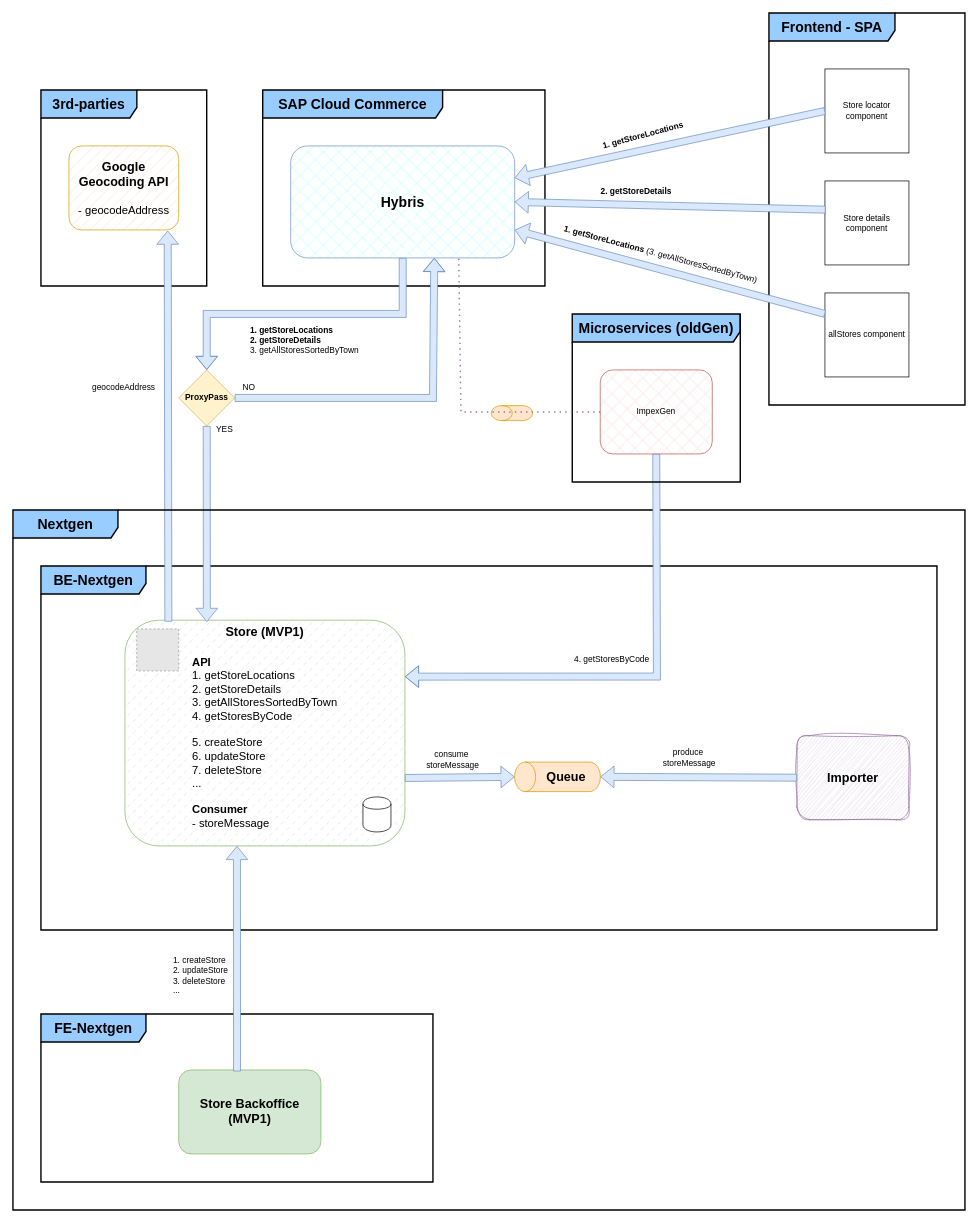
Earlier version of the draw.io diagram graphs/store-macroservice.drawio (d-figuccia/draw-io). Source tidied: cells renumbered, new cells numbered last; positions are measured from the earlier drawing's top-left corner, leaving out a move shared by most shapes. Both pictures are drawn from the tidied source at 70%, with x=0, y=0 at pixel (13, 13). Pictures stored in the file or linked from it are replaced by grey dashed boxes.
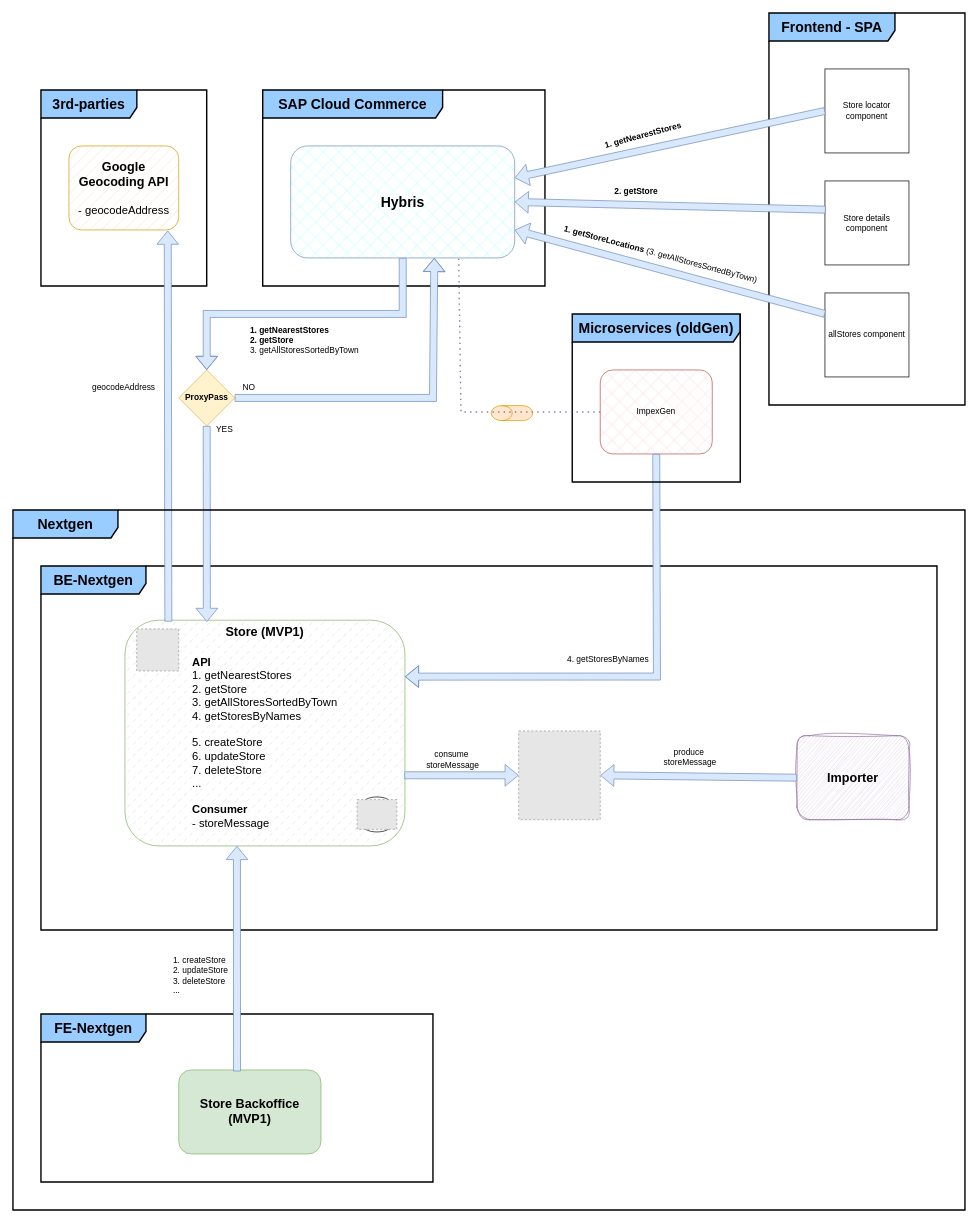
Above is the later version.

The change refers to these unchanged cells:
```xml
<mxCell id="2" value="&lt;span style=&quot;font-size: 18px; font-weight: 700; text-align: left;&quot;&gt;Importer&lt;/span&gt;" style="rounded=1;whiteSpace=wrap;html=1;sketch=1;curveFitting=1;jiggle=2;glass=0;shadow=0;fillColor=#e1d5e7;strokeColor=#9673a6;" parent="1" vertex="1">
  <mxGeometry x="1120" y="1032.5" width="160" height="120" as="geometry" />
</mxCell>
```

The edit, as a diff of the source:
```diff
@@
-    <mxCell id="3" value="&lt;div style=&quot;text-align: left;&quot;&gt;&lt;br&gt;&lt;/div&gt;" style="shape=cylinder3;whiteSpace=wrap;html=1;boundedLbl=1;backgroundOutline=1;size=15;rotation=-90;fillColor=#ffe6cc;fillStyle=solid;strokeColor=#d79b00;" parent="1" vertex="1">
-      <mxGeometry x="756.8" y="1030" width="42.2" height="122.5" as="geometry" />
-    </mxCell>
-    <mxCell id="4" value="&lt;span style=&quot;font-size: 18px; font-weight: 700; text-align: left; text-wrap: wrap;&quot;&gt;Queue&lt;/span&gt;" style="text;html=1;align=center;verticalAlign=middle;strokeColor=none;fillColor=none;" parent="1" vertex="1">
-      <mxGeometry x="750" y="1071.2" width="80" height="40" as="geometry" />
-    </mxCell>
-    <mxCell id="5" style="shape=flexArrow;endArrow=classic;html=1;rounded=0;exitX=0;exitY=0.5;exitDx=0;exitDy=0;entryX=0.5;entryY=1;entryDx=0;entryDy=0;entryPerimeter=0;fillColor=#dae8fc;strokeColor=#6c8ebf;" parent="1" edge="1" source="2" target="3">
+    <mxCell id="5" style="shape=flexArrow;endArrow=classic;html=1;rounded=0;exitX=0;exitY=0.5;exitDx=0;exitDy=0;fillColor=#dae8fc;strokeColor=#6c8ebf;entryX=1;entryY=0.5;entryDx=0;entryDy=0;" parent="1" edge="1" source="2" target="47">
       <mxGeometry relative="1" as="geometry" />
     </mxCell>
@@
-    <mxCell id="7" value="&lt;span style=&quot;font-size: 18px; font-weight: 700; text-align: left;&quot;&gt;Store (MVP1)&lt;/span&gt;&lt;div&gt;&lt;span style=&quot;font-size: 18px; font-weight: 700; text-align: left;&quot;&gt;&lt;br&gt;&lt;/span&gt;&lt;/div&gt;&lt;div style=&quot;text-align: left; font-size: 16px;&quot;&gt;&lt;font style=&quot;font-size: 16px;&quot;&gt;&lt;b&gt;API&lt;/b&gt;&lt;/font&gt;&lt;/div&gt;&lt;div style=&quot;text-align: left; font-size: 16px;&quot;&gt;&lt;font style=&quot;font-size: 16px;&quot;&gt;1.&amp;nbsp;&lt;span style=&quot;background-color: initial; text-align: center; text-wrap: nowrap;&quot;&gt;getStoreLocations&lt;/span&gt;&lt;/font&gt;&lt;/div&gt;&lt;div style=&quot;text-align: left; font-size: 16px;&quot;&gt;&lt;font style=&quot;font-size: 16px;&quot;&gt;&lt;span style=&quot;&quot;&gt;2.&amp;nbsp;&lt;/span&gt;&lt;span style=&quot;background-color: initial; text-align: center; text-wrap: nowrap;&quot;&gt;getStoreDetails&lt;/span&gt;&lt;/font&gt;&lt;/div&gt;&lt;div style=&quot;text-align: left; font-size: 16px;&quot;&gt;&lt;font style=&quot;font-size: 16px;&quot;&gt;3.&amp;nbsp;&lt;span style=&quot;background-color: rgb(255, 255, 255); text-wrap: nowrap; text-align: center;&quot;&gt;getAllStoresSortedByTown&lt;/span&gt;&lt;/font&gt;&lt;/div&gt;&lt;div style=&quot;text-align: left; font-size: 16px;&quot;&gt;&lt;font style=&quot;font-size: 16px;&quot;&gt;&lt;span style=&quot;background-color: rgb(255, 255, 255); text-wrap: nowrap; text-align: center;&quot;&gt;4.&amp;nbsp;&lt;/span&gt;&lt;/font&gt;&lt;span style=&quot;background-color: rgb(255, 255, 255); text-wrap: nowrap; text-align: center;&quot;&gt;getStoresByCode&lt;/span&gt;&lt;/div&gt;&lt;div style=&quot;text-align: left; font-size: 16px;&quot;&gt;&lt;font style=&quot;font-size: 16px;&quot;&gt;&lt;span style=&quot;background-color: rgb(255, 255, 255); text-wrap: nowrap; text-align: center;&quot;&gt;&lt;br&gt;&lt;/span&gt;&lt;/font&gt;&lt;/div&gt;&lt;div style=&quot;text-align: left; font-size: 16px;&quot;&gt;&lt;font style=&quot;font-size: 16px;&quot;&gt;&lt;span style=&quot;background-color: rgb(255, 255, 255); text-wrap: nowrap; text-align: center;&quot;&gt;5. createStore&lt;/span&gt;&lt;/font&gt;&lt;/div&gt;&lt;div style=&quot;text-align: left; font-size: 16px;&quot;&gt;&lt;font style=&quot;font-size: 16px;&quot;&gt;&lt;span style=&quot;background-color: rgb(255, 255, 255); text-wrap: nowrap; text-align: center;&quot;&gt;6. updateStore&lt;/span&gt;&lt;/font&gt;&lt;/div&gt;&lt;div style=&quot;text-align: left; font-size: 16px;&quot;&gt;&lt;font style=&quot;font-size: 16px;&quot;&gt;&lt;span style=&quot;background-color: rgb(255, 255, 255); text-wrap: nowrap; text-align: center;&quot;&gt;7. deleteStore&lt;/span&gt;&lt;/font&gt;&lt;/div&gt;&lt;div style=&quot;text-align: left; font-size: 16px;&quot;&gt;&lt;font style=&quot;font-size: 16px;&quot;&gt;&lt;span style=&quot;background-color: rgb(255, 255, 255); text-wrap: nowrap; text-align: center;&quot;&gt;...&lt;/span&gt;&lt;/font&gt;&lt;span style=&quot;background-color: rgb(255, 255, 255); text-align: center; text-wrap: nowrap;&quot;&gt;&amp;nbsp;&lt;/span&gt;&lt;/div&gt;&lt;div style=&quot;text-align: left; font-size: 16px;&quot;&gt;&lt;font style=&quot;font-size: 16px;&quot;&gt;&lt;span style=&quot;background-color: rgb(255, 255, 255); text-wrap: nowrap; text-align: center;&quot;&gt;&lt;br&gt;&lt;/span&gt;&lt;/font&gt;&lt;/div&gt;&lt;div style=&quot;text-align: left; font-size: 16px;&quot;&gt;&lt;font style=&quot;font-size: 16px;&quot;&gt;&lt;span style=&quot;background-color: rgb(255, 255, 255); text-wrap: nowrap; text-align: center;&quot;&gt;&lt;b&gt;Consumer&lt;/b&gt;&lt;/span&gt;&lt;/font&gt;&lt;/div&gt;&lt;div style=&quot;text-align: left; font-size: 16px;&quot;&gt;&lt;font style=&quot;font-size: 16px;&quot;&gt;&lt;span style=&quot;background-color: rgb(255, 255, 255); text-wrap: nowrap; text-align: center;&quot;&gt;- storeMessage&lt;/span&gt;&lt;/font&gt;&lt;/div&gt;" style="rounded=1;whiteSpace=wrap;html=1;glass=0;shadow=0;fillColor=#d5e8d4;strokeColor=#82b366;fillStyle=dashed;verticalAlign=top;" parent="1" vertex="1">
+    <mxCell id="7" value="&lt;span style=&quot;font-size: 18px; font-weight: 700; text-align: left;&quot;&gt;Store (MVP1)&lt;/span&gt;&lt;div&gt;&lt;span style=&quot;font-size: 18px; font-weight: 700; text-align: left;&quot;&gt;&lt;br&gt;&lt;/span&gt;&lt;/div&gt;&lt;div style=&quot;text-align: left; font-size: 16px;&quot;&gt;&lt;font style=&quot;font-size: 16px;&quot;&gt;&lt;b&gt;API&lt;/b&gt;&lt;/font&gt;&lt;/div&gt;&lt;div style=&quot;text-align: left; font-size: 16px;&quot;&gt;&lt;font style=&quot;font-size: 16px;&quot;&gt;1.&amp;nbsp;&lt;span style=&quot;background-color: initial; text-align: center; text-wrap: nowrap;&quot;&gt;getNearestStores&lt;/span&gt;&lt;/font&gt;&lt;/div&gt;&lt;div style=&quot;text-align: left; font-size: 16px;&quot;&gt;&lt;font style=&quot;font-size: 16px;&quot;&gt;&lt;span style=&quot;&quot;&gt;2.&amp;nbsp;&lt;/span&gt;&lt;span style=&quot;background-color: initial; text-align: center; text-wrap: nowrap;&quot;&gt;getStore&lt;/span&gt;&lt;/font&gt;&lt;/div&gt;&lt;div style=&quot;text-align: left; font-size: 16px;&quot;&gt;&lt;font style=&quot;font-size: 16px;&quot;&gt;3.&amp;nbsp;&lt;span style=&quot;background-color: rgb(255, 255, 255); text-wrap: nowrap; text-align: center;&quot;&gt;getAllStoresSortedByTown&lt;/span&gt;&lt;/font&gt;&lt;/div&gt;&lt;div style=&quot;text-align: left; font-size: 16px;&quot;&gt;&lt;font style=&quot;font-size: 16px;&quot;&gt;&lt;span style=&quot;background-color: rgb(255, 255, 255); text-wrap: nowrap; text-align: center;&quot;&gt;4.&amp;nbsp;&lt;/span&gt;&lt;/font&gt;&lt;span style=&quot;background-color: rgb(255, 255, 255); text-wrap: nowrap; text-align: center;&quot;&gt;getStoresByNames&lt;/span&gt;&lt;/div&gt;&lt;div style=&quot;text-align: left; font-size: 16px;&quot;&gt;&lt;font style=&quot;font-size: 16px;&quot;&gt;&lt;span style=&quot;background-color: rgb(255, 255, 255); text-wrap: nowrap; text-align: center;&quot;&gt;&lt;br&gt;&lt;/span&gt;&lt;/font&gt;&lt;/div&gt;&lt;div style=&quot;text-align: left; font-size: 16px;&quot;&gt;&lt;font style=&quot;font-size: 16px;&quot;&gt;&lt;span style=&quot;background-color: rgb(255, 255, 255); text-wrap: nowrap; text-align: center;&quot;&gt;5. createStore&lt;/span&gt;&lt;/font&gt;&lt;/div&gt;&lt;div style=&quot;text-align: left; font-size: 16px;&quot;&gt;&lt;font style=&quot;font-size: 16px;&quot;&gt;&lt;span style=&quot;background-color: rgb(255, 255, 255); text-wrap: nowrap; text-align: center;&quot;&gt;6. updateStore&lt;/span&gt;&lt;/font&gt;&lt;/div&gt;&lt;div style=&quot;text-align: left; font-size: 16px;&quot;&gt;&lt;font style=&quot;font-size: 16px;&quot;&gt;&lt;span style=&quot;background-color: rgb(255, 255, 255); text-wrap: nowrap; text-align: center;&quot;&gt;7. deleteStore&lt;/span&gt;&lt;/font&gt;&lt;/div&gt;&lt;div style=&quot;text-align: left; font-size: 16px;&quot;&gt;&lt;font style=&quot;font-size: 16px;&quot;&gt;&lt;span style=&quot;background-color: rgb(255, 255, 255); text-wrap: nowrap; text-align: center;&quot;&gt;...&lt;/span&gt;&lt;/font&gt;&lt;span style=&quot;background-color: rgb(255, 255, 255); text-align: center; text-wrap: nowrap;&quot;&gt;&amp;nbsp;&lt;/span&gt;&lt;/div&gt;&lt;div style=&quot;text-align: left; font-size: 16px;&quot;&gt;&lt;font style=&quot;font-size: 16px;&quot;&gt;&lt;span style=&quot;background-color: rgb(255, 255, 255); text-wrap: nowrap; text-align: center;&quot;&gt;&lt;br&gt;&lt;/span&gt;&lt;/font&gt;&lt;/div&gt;&lt;div style=&quot;text-align: left; font-size: 16px;&quot;&gt;&lt;font style=&quot;font-size: 16px;&quot;&gt;&lt;span style=&quot;background-color: rgb(255, 255, 255); text-wrap: nowrap; text-align: center;&quot;&gt;&lt;b&gt;Consumer&lt;/b&gt;&lt;/span&gt;&lt;/font&gt;&lt;/div&gt;&lt;div style=&quot;text-align: left; font-size: 16px;&quot;&gt;&lt;font style=&quot;font-size: 16px;&quot;&gt;&lt;span style=&quot;background-color: rgb(255, 255, 255); text-wrap: nowrap; text-align: center;&quot;&gt;- storeMessage&lt;/span&gt;&lt;/font&gt;&lt;/div&gt;" style="rounded=1;whiteSpace=wrap;html=1;glass=0;shadow=0;fillColor=#d5e8d4;strokeColor=#82b366;fillStyle=dashed;verticalAlign=top;" parent="1" vertex="1">
       <mxGeometry x="160" y="867.5" width="400" height="322.5" as="geometry" />
     </mxCell>
-    <mxCell id="8" style="shape=flexArrow;endArrow=classic;html=1;rounded=0;entryX=0.5;entryY=0;entryDx=0;entryDy=0;entryPerimeter=0;fillColor=#dae8fc;strokeColor=#6c8ebf;exitX=1;exitY=0.699;exitDx=0;exitDy=0;exitPerimeter=0;" parent="1" edge="1" source="7" target="3">
+    <mxCell id="8" style="shape=flexArrow;endArrow=classic;html=1;rounded=0;fillColor=#dae8fc;strokeColor=#6c8ebf;entryX=0;entryY=0.5;entryDx=0;entryDy=0;exitX=0.998;exitY=0.687;exitDx=0;exitDy=0;exitPerimeter=0;" parent="1" edge="1" source="7" target="47">
       <mxGeometry relative="1" as="geometry" />
     </mxCell>
@@
-    <mxCell id="21" value="&lt;span style=&quot;color: rgb(0, 0, 0); font-family: Helvetica; font-size: 12px; font-style: normal; font-variant-ligatures: normal; font-variant-caps: normal; letter-spacing: normal; orphans: 2; text-align: center; text-indent: 0px; text-transform: none; widows: 2; word-spacing: 0px; -webkit-text-stroke-width: 0px; white-space: nowrap; background-color: rgb(255, 255, 255); text-decoration-thickness: initial; text-decoration-style: initial; text-decoration-color: initial; float: none; display: inline !important;&quot;&gt;&lt;b&gt;1.&amp;nbsp;getStoreLocations&lt;/b&gt;&lt;/span&gt;&lt;div&gt;&lt;span style=&quot;color: rgb(0, 0, 0); font-family: Helvetica; font-size: 12px; font-style: normal; font-variant-ligatures: normal; font-variant-caps: normal; letter-spacing: normal; orphans: 2; text-align: center; text-indent: 0px; text-transform: none; widows: 2; word-spacing: 0px; -webkit-text-stroke-width: 0px; white-space: nowrap; background-color: rgb(255, 255, 255); text-decoration-thickness: initial; text-decoration-style: initial; text-decoration-color: initial; float: none; display: inline !important;&quot;&gt;&lt;b&gt;2. getStoreDetails&lt;/b&gt;&lt;/span&gt;&lt;/div&gt;&lt;div&gt;&lt;span style=&quot;color: rgb(0, 0, 0); font-family: Helvetica; font-size: 12px; font-style: normal; font-variant-ligatures: normal; font-variant-caps: normal; font-weight: 400; letter-spacing: normal; orphans: 2; text-align: center; text-indent: 0px; text-transform: none; widows: 2; word-spacing: 0px; -webkit-text-stroke-width: 0px; white-space: nowrap; background-color: rgb(255, 255, 255); text-decoration-thickness: initial; text-decoration-style: initial; text-decoration-color: initial; display: inline !important; float: none;&quot;&gt;3. getAllStoresSortedByTown&lt;/span&gt;&lt;/div&gt;" style="text;whiteSpace=wrap;html=1;" parent="1" vertex="1">
+    <mxCell id="21" value="&lt;span style=&quot;color: rgb(0, 0, 0); font-family: Helvetica; font-size: 12px; font-style: normal; font-variant-ligatures: normal; font-variant-caps: normal; letter-spacing: normal; orphans: 2; text-align: center; text-indent: 0px; text-transform: none; widows: 2; word-spacing: 0px; -webkit-text-stroke-width: 0px; white-space: nowrap; background-color: rgb(255, 255, 255); text-decoration-thickness: initial; text-decoration-style: initial; text-decoration-color: initial; float: none; display: inline !important;&quot;&gt;&lt;b&gt;1.&amp;nbsp;getNearestStores&lt;/b&gt;&lt;/span&gt;&lt;div&gt;&lt;span style=&quot;color: rgb(0, 0, 0); font-family: Helvetica; font-size: 12px; font-style: normal; font-variant-ligatures: normal; font-variant-caps: normal; letter-spacing: normal; orphans: 2; text-align: center; text-indent: 0px; text-transform: none; widows: 2; word-spacing: 0px; -webkit-text-stroke-width: 0px; white-space: nowrap; background-color: rgb(255, 255, 255); text-decoration-thickness: initial; text-decoration-style: initial; text-decoration-color: initial; float: none; display: inline !important;&quot;&gt;&lt;b&gt;2. getStore&lt;/b&gt;&lt;/span&gt;&lt;/div&gt;&lt;div&gt;&lt;span style=&quot;color: rgb(0, 0, 0); font-family: Helvetica; font-size: 12px; font-style: normal; font-variant-ligatures: normal; font-variant-caps: normal; font-weight: 400; letter-spacing: normal; orphans: 2; text-align: center; text-indent: 0px; text-transform: none; widows: 2; word-spacing: 0px; -webkit-text-stroke-width: 0px; white-space: nowrap; background-color: rgb(255, 255, 255); text-decoration-thickness: initial; text-decoration-style: initial; text-decoration-color: initial; display: inline !important; float: none;&quot;&gt;3. getAllStoresSortedByTown&lt;/span&gt;&lt;/div&gt;" style="text;whiteSpace=wrap;html=1;" parent="1" vertex="1">
       <mxGeometry x="337" y="440" width="190" height="60" as="geometry" />
     </mxCell>
@@
-    <mxCell id="29" value="&lt;b&gt;1. getStoreLocations&lt;/b&gt;" style="text;html=1;align=center;verticalAlign=middle;strokeColor=none;fillColor=none;rotation=-15;" parent="1" vertex="1">
+    <mxCell id="29" value="&lt;b&gt;1.&amp;nbsp;&lt;/b&gt;&lt;b&gt;getNearestStores&lt;/b&gt;" style="text;html=1;align=center;verticalAlign=middle;strokeColor=none;fillColor=none;rotation=-15;" parent="1" vertex="1">
       <mxGeometry x="830" y="160" width="140" height="30" as="geometry" />
     </mxCell>
-    <mxCell id="30" value="&lt;b&gt;2. getStoreDetails&lt;/b&gt;" style="text;html=1;align=center;verticalAlign=middle;strokeColor=none;fillColor=none;" parent="1" vertex="1">
-      <mxGeometry x="830" y="240" width="120" height="30" as="geometry" />
+    <mxCell id="30" value="&lt;b&gt;2. getStore&lt;/b&gt;" style="text;html=1;align=center;verticalAlign=middle;strokeColor=none;fillColor=none;" parent="1" vertex="1">
+      <mxGeometry x="845" y="240" width="90" height="30" as="geometry" />
     </mxCell>
@@
-    <mxCell id="41" value="&lt;font style=&quot;font-size: 12px;&quot;&gt;&lt;span style=&quot;forced-color-adjust: none; color: rgb(0, 0, 0); font-family: Helvetica; font-style: normal; font-variant-ligatures: normal; font-variant-caps: normal; letter-spacing: normal; orphans: 2; text-align: center; text-indent: 0px; text-transform: none; widows: 2; word-spacing: 0px; -webkit-text-stroke-width: 0px; white-space: nowrap; background-color: rgb(251, 251, 251); text-decoration-thickness: initial; text-decoration-style: initial; text-decoration-color: initial;&quot;&gt;4.&amp;nbsp;&lt;/span&gt;&lt;span style=&quot;text-align: center; text-wrap: nowrap; background-color: rgb(255, 255, 255);&quot;&gt;getStoresByCode&lt;/span&gt;&lt;/font&gt;" style="text;whiteSpace=wrap;html=1;" parent="1" vertex="1">
-      <mxGeometry x="800" y="910" width="123.2" height="20" as="geometry" />
+    <mxCell id="41" value="&lt;font style=&quot;font-size: 12px;&quot;&gt;&lt;span style=&quot;forced-color-adjust: none; color: rgb(0, 0, 0); font-family: Helvetica; font-style: normal; font-variant-ligatures: normal; font-variant-caps: normal; letter-spacing: normal; orphans: 2; text-align: center; text-indent: 0px; text-transform: none; widows: 2; word-spacing: 0px; -webkit-text-stroke-width: 0px; white-space: nowrap; background-color: rgb(251, 251, 251); text-decoration-thickness: initial; text-decoration-style: initial; text-decoration-color: initial;&quot;&gt;4.&amp;nbsp;&lt;/span&gt;&lt;span style=&quot;text-align: center; text-wrap: nowrap; background-color: rgb(255, 255, 255);&quot;&gt;getStoresByNames&lt;/span&gt;&lt;/font&gt;" style="text;whiteSpace=wrap;html=1;" parent="1" vertex="1">
+      <mxGeometry x="790" y="910" width="123.2" height="20" as="geometry" />
     </mxCell>
@@
+    <mxCell id="47" style="fillColor=#E6E6E6;strokeColor=#999999;dashed=1;verticalLabelPosition=bottom;labelBackgroundColor=default;verticalAlign=top;" parent="1" vertex="1">
+      <mxGeometry x="722.5" y="1025.7" width="116.5" height="126.8" as="geometry" />
+    </mxCell>
+    <mxCell id="48" style="fillColor=#E6E6E6;strokeColor=#999999;dashed=1;verticalLabelPosition=bottom;labelBackgroundColor=default;verticalAlign=top;" parent="1" vertex="1">
+      <mxGeometry x="491.7" y="1123.8" width="56.7" height="42.5" as="geometry" />
+    </mxCell>
```
